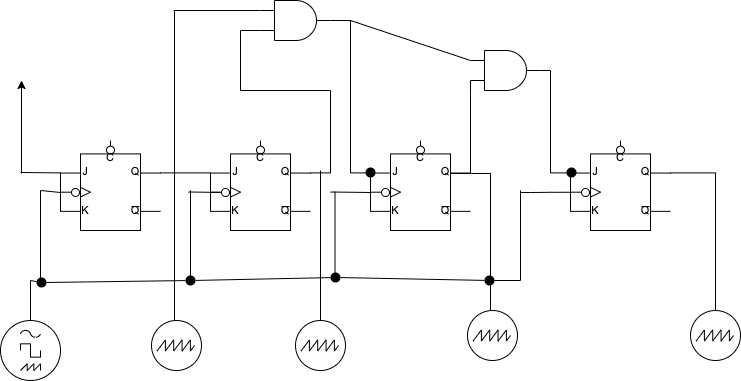
Above: digital_counter.drawio.png in H-haruki-20/FlowChart (draw.io), before the change. Source tidied: cells renumbered, new cells last; positions are measured from the earlier drawing's top-left corner, leaving out a move shared by most shapes.
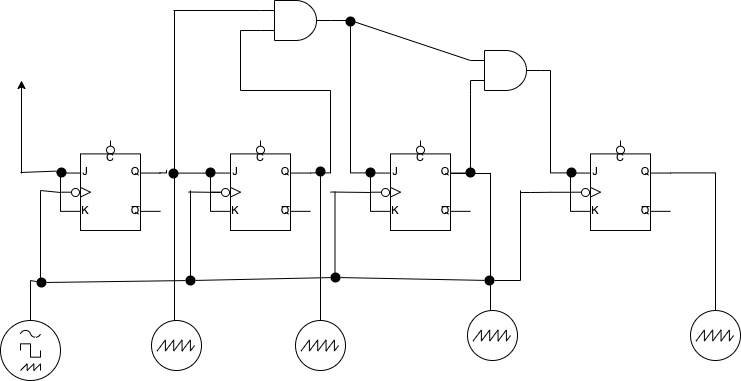
After the commit.

The edit, as a diff of the source:
```diff
@@ -2,8 +2,11 @@
   <root>
     <mxCell id="0" />
     <mxCell id="1" parent="0" />
-    <mxCell id="2" style="edgeStyle=orthogonalEdgeStyle;rounded=0;jettySize=auto;html=1;exitX=1;exitY=0.36;exitDx=0;exitDy=0;exitPerimeter=0;entryX=0;entryY=0.36;entryDx=0;entryDy=0;entryPerimeter=0;endArrow=none;endFill=0;" parent="1" edge="1" source="3" target="5">
-      <mxGeometry relative="1" as="geometry" />
+    <mxCell id="2" style="edgeStyle=orthogonalEdgeStyle;rounded=0;orthogonalLoop=1;jettySize=auto;html=1;exitX=1;exitY=0.36;exitDx=0;exitDy=0;exitPerimeter=0;entryX=0;entryY=0.36;entryDx=0;entryDy=0;entryPerimeter=0;endArrow=none;endFill=0;startArrow=none;" parent="1" edge="1">
+      <mxGeometry relative="1" as="geometry">
+        <mxPoint x="177" y="172.6" as="sourcePoint" />
+        <mxPoint x="210" y="175.4" as="targetPoint" />
+      </mxGeometry>
     </mxCell>
     <mxCell id="3" style="verticalLabelPosition=bottom;shadow=0;dashed=0;align=center;html=1;verticalAlign=top;shape=mxgraph.electrical.logic_gates.jk_flip-flop_with_clear_2;" parent="1" vertex="1">
       <mxGeometry x="60" y="140" width="100" height="90" as="geometry" />
@@ -187,10 +190,8 @@
         <mxPoint x="21" y="80" as="targetPoint" />
       </mxGeometry>
     </mxCell>
-    <mxCell id="43" style="endArrow=none;html=1;rounded=0;entryX=0;entryY=0.36;entryDx=0;entryDy=0;entryPerimeter=0;" parent="1" edge="1" target="3">
-      <mxGeometry relative="1" as="geometry">
-        <mxPoint x="20" y="172" as="sourcePoint" />
-      </mxGeometry>
+    <mxCell id="43" style="endArrow=none;html=1;rounded=0;entryX=0;entryY=0.36;entryDx=0;entryDy=0;entryPerimeter=0;startArrow=none;" parent="1" edge="1" source="57" target="3">
+      <mxGeometry relative="1" as="geometry" />
     </mxCell>
     <mxCell id="44" style="edgeStyle=orthogonalEdgeStyle;rounded=0;orthogonalLoop=1;jettySize=auto;html=1;exitX=0;exitY=0.36;exitDx=0;exitDy=0;exitPerimeter=0;entryX=0;entryY=0.79;entryDx=0;entryDy=0;entryPerimeter=0;endArrow=none;endFill=0;" parent="1" edge="1" source="5" target="5">
       <mxGeometry relative="1" as="geometry" />
@@ -233,5 +234,34 @@
         <mxPoint x="30" y="280" as="sourcePoint" />
       </mxGeometry>
     </mxCell>
+    <mxCell id="57" style="ellipse;whiteSpace=wrap;html=1;strokeColor=none;fillColor=#000000;gradientColor=none;" parent="1" vertex="1">
+      <mxGeometry x="56" y="167" width="10" height="10" as="geometry" />
+    </mxCell>
+    <mxCell id="58" style="endArrow=none;html=1;rounded=0;entryX=0;entryY=0.36;entryDx=0;entryDy=0;entryPerimeter=0;" parent="1" edge="1" target="57">
+      <mxGeometry relative="1" as="geometry">
+        <mxPoint x="20" y="172" as="sourcePoint" />
+      </mxGeometry>
+    </mxCell>
+    <mxCell id="59" style="ellipse;whiteSpace=wrap;html=1;strokeColor=none;fillColor=#000000;gradientColor=none;" parent="1" vertex="1">
+      <mxGeometry x="205" y="167" width="10" height="10" as="geometry" />
+    </mxCell>
+    <mxCell id="60" style="ellipse;whiteSpace=wrap;html=1;strokeColor=none;fillColor=#000000;gradientColor=none;" parent="1" vertex="1">
+      <mxGeometry x="345" y="16" width="10" height="10" as="geometry" />
+    </mxCell>
+    <mxCell id="61" style="ellipse;whiteSpace=wrap;html=1;strokeColor=none;fillColor=#000000;gradientColor=none;" parent="1" vertex="1">
+      <mxGeometry x="465" y="167" width="10" height="10" as="geometry" />
+    </mxCell>
+    <mxCell id="62" style="ellipse;whiteSpace=wrap;html=1;strokeColor=none;fillColor=#000000;gradientColor=none;" parent="1" vertex="1">
+      <mxGeometry x="315" y="166" width="10" height="10" as="geometry" />
+    </mxCell>
+    <mxCell id="63" style="ellipse;whiteSpace=wrap;html=1;strokeColor=none;fillColor=#000000;gradientColor=none;" parent="1" vertex="1">
+      <mxGeometry x="168" y="168" width="10" height="10" as="geometry" />
+    </mxCell>
+    <mxCell id="64" style="edgeStyle=orthogonalEdgeStyle;rounded=0;orthogonalLoop=1;jettySize=auto;html=1;exitX=1;exitY=0.36;exitDx=0;exitDy=0;exitPerimeter=0;entryX=0;entryY=0.36;entryDx=0;entryDy=0;entryPerimeter=0;endArrow=none;endFill=0;" parent="1" edge="1">
+      <mxGeometry relative="1" as="geometry">
+        <mxPoint x="159" y="172.4" as="sourcePoint" />
+        <mxPoint x="166" y="169.6" as="targetPoint" />
+      </mxGeometry>
+    </mxCell>
   </root>
 </mxGraphModel>
```
